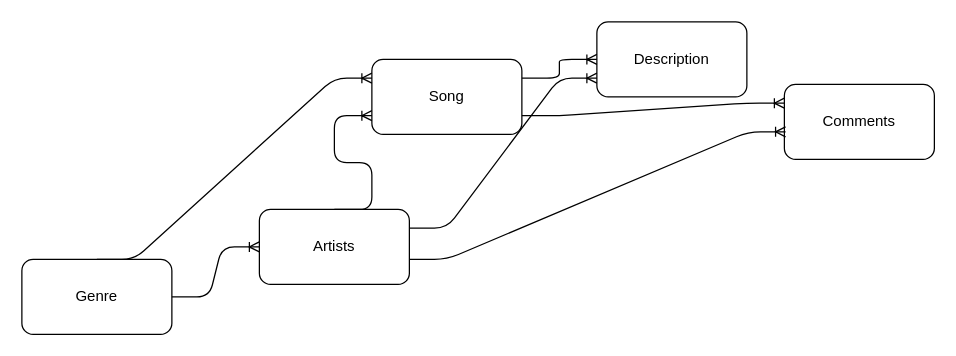
Earlier version of the draw.io diagram Untitled Diagram.drawio (bradyroscher/hackathon). Source tidied: cells renumbered, new cells numbered last; positions are measured from the earlier drawing's top-left corner, leaving out a move shared by most shapes. Both pictures are drawn from the tidied source at 125%, with x=0, y=0 at pixel (21, 21).
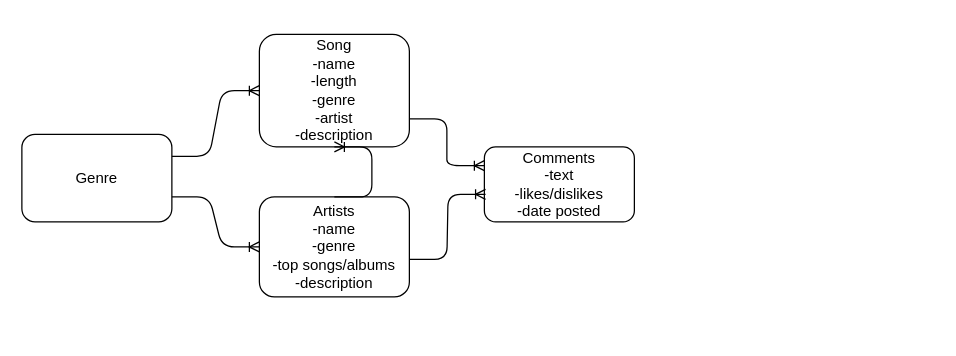
After the change.

Diff of the diagram source:
```diff
@@
 <mxGraphModel>
   <root>
     <mxCell id="0" />
     <mxCell id="1" parent="0" />
     <mxCell id="2" value="Genre" style="rounded=1;whiteSpace=wrap;html=1;" parent="1" vertex="1">
-      <mxGeometry y="190" width="120" height="60" as="geometry" />
+      <mxGeometry y="90" width="120" height="70" as="geometry" />
     </mxCell>
-    <mxCell id="3" value="Artists" style="rounded=1;whiteSpace=wrap;html=1;" parent="1" vertex="1">
-      <mxGeometry x="190" y="150" width="120" height="60" as="geometry" />
+    <mxCell id="3" value="Artists&lt;br&gt;-name&lt;br&gt;-genre&lt;br&gt;-top songs/albums&lt;br&gt;-description" style="rounded=1;whiteSpace=wrap;html=1;" parent="1" vertex="1">
+      <mxGeometry x="190" y="140" width="120" height="80" as="geometry" />
     </mxCell>
-    <mxCell id="4" value="Song" style="rounded=1;whiteSpace=wrap;html=1;" parent="1" vertex="1">
-      <mxGeometry x="280" y="30" width="120" height="60" as="geometry" />
+    <mxCell id="4" value="Song&lt;br&gt;-name&lt;br&gt;-length&lt;br&gt;-genre&lt;br&gt;-artist&lt;br&gt;-description" style="rounded=1;whiteSpace=wrap;html=1;" parent="1" vertex="1">
+      <mxGeometry x="190" y="10" width="120" height="90" as="geometry" />
     </mxCell>
-    <mxCell id="5" value="Comments" style="rounded=1;whiteSpace=wrap;html=1;" parent="1" vertex="1">
-      <mxGeometry x="610" y="50" width="120" height="60" as="geometry" />
+    <mxCell id="5" value="Comments&lt;br&gt;-text&lt;br&gt;-likes/dislikes&lt;br&gt;-date posted" style="rounded=1;whiteSpace=wrap;html=1;" parent="1" vertex="1">
+      <mxGeometry x="370" y="100" width="120" height="60" as="geometry" />
     </mxCell>
-    <mxCell id="6" value="Description" style="rounded=1;whiteSpace=wrap;html=1;" parent="1" vertex="1">
-      <mxGeometry x="460" width="120" height="60" as="geometry" />
-    </mxCell>
-    <mxCell id="7" style="edgeStyle=entityRelationEdgeStyle;fontSize=12;html=1;endArrow=ERoneToMany;entryX=0;entryY=0.5;entryDx=0;entryDy=0;" parent="1" edge="1" target="3">
-      <mxGeometry relative="1" as="geometry">
-        <mxPoint x="120" y="220" as="sourcePoint" />
-      </mxGeometry>
-    </mxCell>
+    <mxCell id="11" style="edgeStyle=entityRelationEdgeStyle;fontSize=12;html=1;endArrow=ERoneToMany;entryX=0;entryY=0.25;entryDx=0;entryDy=0;exitX=1;exitY=0.75;exitDx=0;exitDy=0;" parent="1" edge="1" source="4" target="5">
+      <mxGeometry relative="1" as="geometry" />
+    </mxCell>
+    <mxCell id="13" style="edgeStyle=entityRelationEdgeStyle;fontSize=12;html=1;endArrow=ERoneToMany;entryX=0.008;entryY=0.633;entryDx=0;entryDy=0;entryPerimeter=0;" parent="1" edge="1" target="5">
+      <mxGeometry relative="1" as="geometry">
+        <mxPoint x="310" y="190" as="sourcePoint" />
+      </mxGeometry>
+    </mxCell>
-    <mxCell id="8" style="edgeStyle=entityRelationEdgeStyle;fontSize=12;html=1;endArrow=ERoneToMany;exitX=0.5;exitY=0;exitDx=0;exitDy=0;entryX=0;entryY=0.25;entryDx=0;entryDy=0;" parent="1" edge="1" source="2" target="4">
+    <mxCell id="8" style="edgeStyle=entityRelationEdgeStyle;fontSize=12;html=1;endArrow=ERoneToMany;entryX=0;entryY=0.5;entryDx=0;entryDy=0;exitX=1;exitY=0.25;exitDx=0;exitDy=0;" parent="1" edge="1" source="2" target="4">
       <mxGeometry relative="1" as="geometry" />
     </mxCell>
+    <mxCell id="14" style="edgeStyle=entityRelationEdgeStyle;fontSize=12;html=1;endArrow=ERoneToMany;entryX=0;entryY=0.5;entryDx=0;entryDy=0;" parent="1" edge="1" target="3">
+      <mxGeometry relative="1" as="geometry">
+        <mxPoint x="120" y="140" as="sourcePoint" />
+      </mxGeometry>
+    </mxCell>
-    <mxCell id="9" style="edgeStyle=entityRelationEdgeStyle;fontSize=12;html=1;endArrow=ERoneToMany;exitX=0.5;exitY=0;exitDx=0;exitDy=0;entryX=0;entryY=0.75;entryDx=0;entryDy=0;" parent="1" edge="1" source="3" target="4">
+    <mxCell id="9" style="edgeStyle=entityRelationEdgeStyle;fontSize=12;html=1;endArrow=ERoneToMany;exitX=0.5;exitY=0;exitDx=0;exitDy=0;entryX=0.5;entryY=1;entryDx=0;entryDy=0;" parent="1" edge="1" source="3" target="4">
       <mxGeometry relative="1" as="geometry" />
     </mxCell>
-    <mxCell id="10" style="edgeStyle=entityRelationEdgeStyle;fontSize=12;html=1;endArrow=ERoneToMany;exitX=1;exitY=0.25;exitDx=0;exitDy=0;entryX=0;entryY=0.5;entryDx=0;entryDy=0;" parent="1" edge="1" source="4" target="6">
-      <mxGeometry relative="1" as="geometry" />
-    </mxCell>
-    <mxCell id="11" style="edgeStyle=entityRelationEdgeStyle;fontSize=12;html=1;endArrow=ERoneToMany;entryX=0;entryY=0.25;entryDx=0;entryDy=0;exitX=1;exitY=0.75;exitDx=0;exitDy=0;" parent="1" edge="1" source="4" target="5">
-      <mxGeometry relative="1" as="geometry" />
-    </mxCell>
-    <mxCell id="12" style="edgeStyle=entityRelationEdgeStyle;fontSize=12;html=1;endArrow=ERoneToMany;exitX=1;exitY=0.25;exitDx=0;exitDy=0;" parent="1" edge="1" source="3">
-      <mxGeometry relative="1" as="geometry">
-        <mxPoint x="460" y="45" as="targetPoint" />
-      </mxGeometry>
-    </mxCell>
-    <mxCell id="13" style="edgeStyle=entityRelationEdgeStyle;fontSize=12;html=1;endArrow=ERoneToMany;entryX=0.008;entryY=0.633;entryDx=0;entryDy=0;entryPerimeter=0;" parent="1" edge="1" target="5">
-      <mxGeometry relative="1" as="geometry">
-        <mxPoint x="310" y="190" as="sourcePoint" />
-      </mxGeometry>
-    </mxCell>
   </root>
 </mxGraphModel>
```
